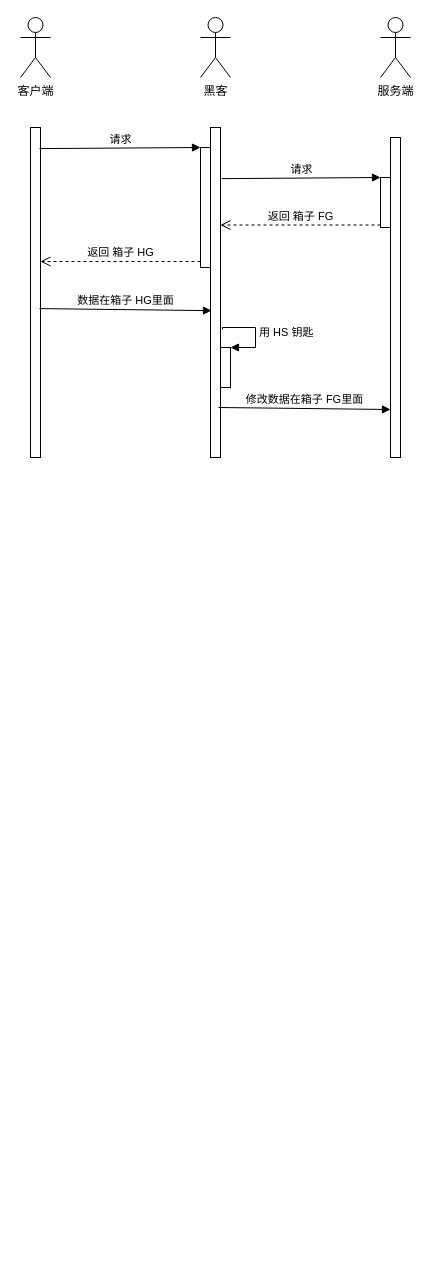
Earlier version of the draw.io diagram https.drawio (yuxinyu12345/diagrams). Source tidied: cells renumbered, new cells numbered last; positions are measured from the earlier drawing's top-left corner, leaving out a move shared by most shapes. Both pictures are drawn from the tidied source at 100%, with x=0, y=0 at pixel (20, 17).
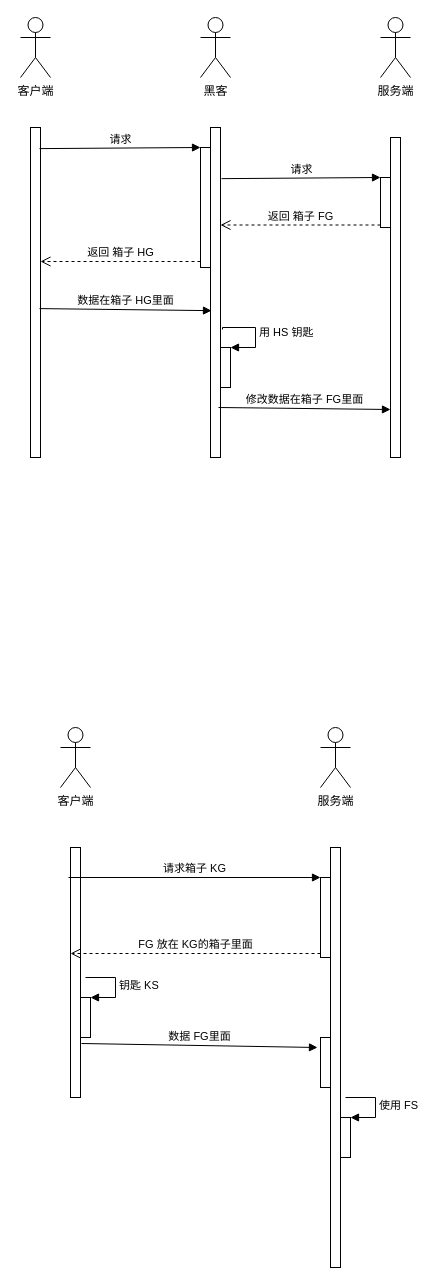
Above is the later version.

Change to the diagram source:
```diff
@@
+    <mxCell id="18" value="服务端" style="shape=umlActor;verticalLabelPosition=bottom;verticalAlign=top;html=1;" parent="1" vertex="1">
+      <mxGeometry x="300" y="710" width="30" height="60" as="geometry" />
+    </mxCell>
+    <mxCell id="19" value="客户端" style="shape=umlActor;verticalLabelPosition=bottom;verticalAlign=top;html=1;" parent="1" vertex="1">
+      <mxGeometry x="40" y="710" width="30" height="60" as="geometry" />
+    </mxCell>
+    <mxCell id="20" style="html=1;points=[];perimeter=orthogonalPerimeter;" parent="1" vertex="1">
+      <mxGeometry x="50" y="830" width="10" height="250" as="geometry" />
+    </mxCell>
+    <mxCell id="21" style="html=1;perimeter=orthogonalPerimeter;" parent="1" vertex="1">
+      <mxGeometry x="310" y="830" width="10" height="420" as="geometry" />
+    </mxCell>
+    <mxCell id="22" style="html=1;points=[];perimeter=orthogonalPerimeter;" parent="1" vertex="1">
+      <mxGeometry x="300" y="860" width="10" height="80" as="geometry" />
+    </mxCell>
+    <mxCell id="23" value="请求箱子 KG" style="html=1;verticalAlign=bottom;endArrow=block;entryX=0;entryY=0;rounded=0;exitX=-0.2;exitY=0.12;exitDx=0;exitDy=0;exitPerimeter=0;" parent="1" edge="1" source="20" target="22">
+      <mxGeometry relative="1" as="geometry" />
+    </mxCell>
+    <mxCell id="24" value="FG 放在 KG的箱子里面" style="html=1;verticalAlign=bottom;endArrow=open;dashed=1;endSize=8;exitX=0;exitY=0.95;rounded=0;entryX=0;entryY=0.424;entryDx=0;entryDy=0;entryPerimeter=0;" parent="1" edge="1" source="22" target="20">
+      <mxGeometry relative="1" as="geometry" />
+    </mxCell>
+    <mxCell id="25" style="html=1;points=[];perimeter=orthogonalPerimeter;" parent="1" vertex="1">
+      <mxGeometry x="60" y="980" width="10" height="40" as="geometry" />
+    </mxCell>
+    <mxCell id="26" value="钥匙 KS" style="edgeStyle=orthogonalEdgeStyle;html=1;align=left;spacingLeft=2;endArrow=block;rounded=0;entryX=1;entryY=0;" parent="1" edge="1" target="25">
+      <mxGeometry relative="1" as="geometry">
+        <mxPoint x="65" y="960" as="sourcePoint" />
+        <Array as="points">
+          <mxPoint x="95" y="960" />
+        </Array>
+      </mxGeometry>
+    </mxCell>
+    <mxCell id="27" style="html=1;points=[];perimeter=orthogonalPerimeter;" parent="1" vertex="1">
+      <mxGeometry x="300" y="1020" width="10" height="50" as="geometry" />
+    </mxCell>
+    <mxCell id="28" value="数据 FG里面" style="html=1;verticalAlign=bottom;endArrow=block;entryX=-0.3;entryY=0.2;rounded=0;exitX=1.1;exitY=0.784;exitDx=0;exitDy=0;exitPerimeter=0;entryDx=0;entryDy=0;entryPerimeter=0;" parent="1" edge="1" source="20" target="27">
+      <mxGeometry relative="1" as="geometry" />
+    </mxCell>
+    <mxCell id="29" style="html=1;points=[];perimeter=orthogonalPerimeter;" parent="1" vertex="1">
+      <mxGeometry x="320" y="1100" width="10" height="40" as="geometry" />
+    </mxCell>
+    <mxCell id="30" value="使用 FS" style="edgeStyle=orthogonalEdgeStyle;html=1;align=left;spacingLeft=2;endArrow=block;rounded=0;entryX=1;entryY=0;" parent="1" edge="1" target="29">
+      <mxGeometry relative="1" as="geometry">
+        <mxPoint x="325" y="1080" as="sourcePoint" />
+        <Array as="points">
+          <mxPoint x="355" y="1080" />
+        </Array>
+      </mxGeometry>
+    </mxCell>
```
